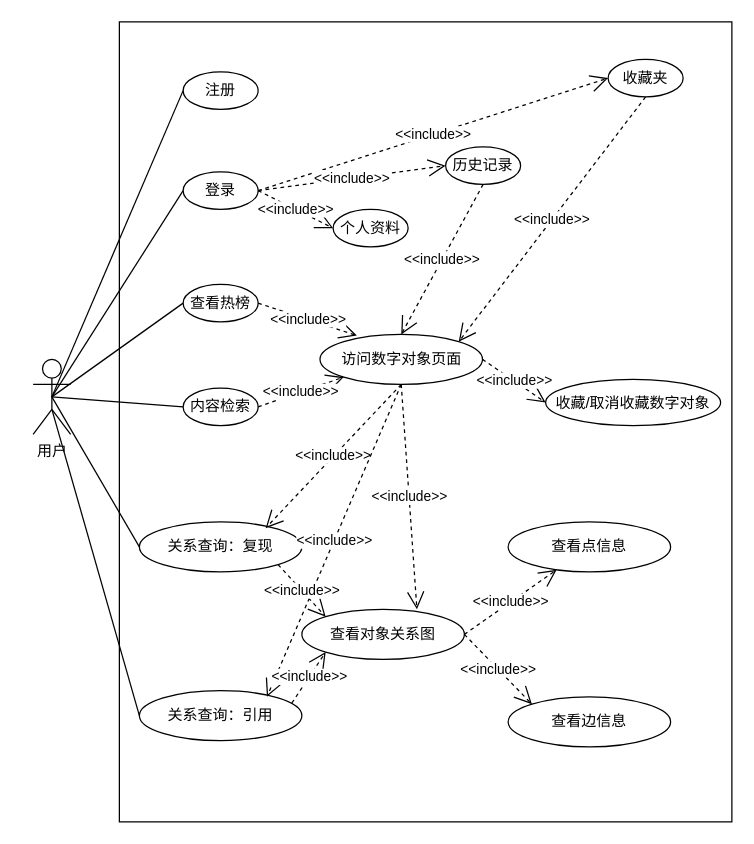
Above: 用况.drawio in ssssszj/Drawio (draw.io), before the change. Source tidied: cells renumbered, new cells numbered last; positions are measured from the earlier drawing's top-left corner, leaving out a move shared by most shapes. Both pictures are drawn from the tidied source at 125%, with x=0, y=0 at pixel (32, 21).
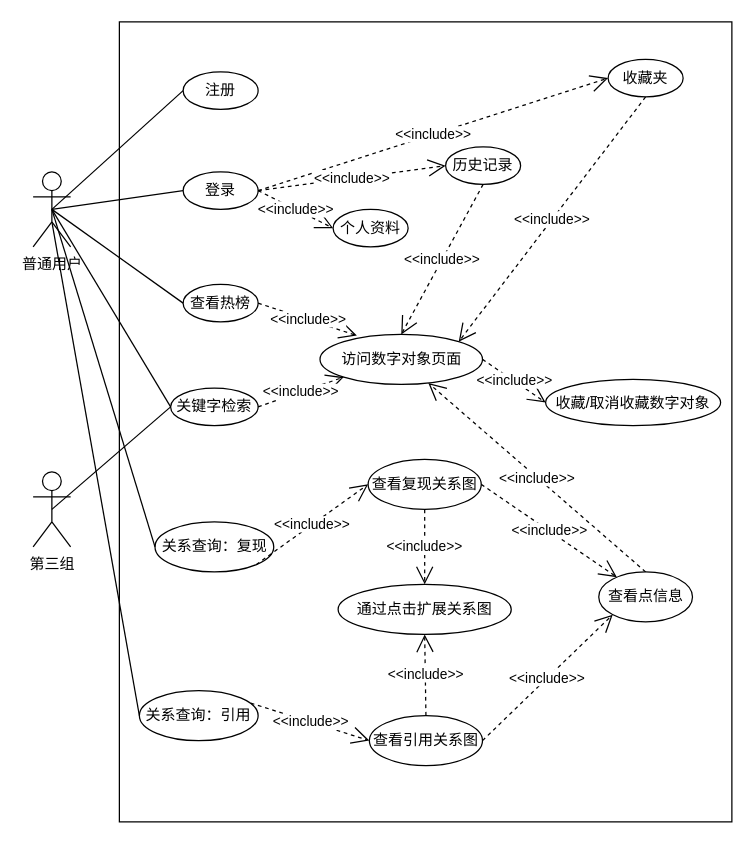
The same diagram, later.

The change refers to these unchanged cells:
```xml
<mxCell id="14" value="访问数字对象页面" style="ellipse;whiteSpace=wrap;html=1;" parent="1" vertex="1">
  <mxGeometry x="229.5" y="250" width="130" height="40" as="geometry" />
</mxCell>
```

The edit, as a diff of the source:
```diff
@@
-    <mxCell id="3" value="用户&lt;br&gt;" style="shape=umlActor;verticalLabelPosition=bottom;verticalAlign=top;html=1;" parent="1" vertex="1">
-      <mxGeometry y="270" width="30" height="60" as="geometry" />
+    <mxCell id="3" value="普通用户" style="shape=umlActor;verticalLabelPosition=bottom;verticalAlign=top;html=1;" parent="1" vertex="1">
+      <mxGeometry y="120" width="30" height="60" as="geometry" />
     </mxCell>
@@
-    <mxCell id="11" value="内容检索" style="ellipse;whiteSpace=wrap;html=1;" parent="1" vertex="1">
-      <mxGeometry x="120" y="293" width="60" height="30" as="geometry" />
+    <mxCell id="11" value="关键字检索" style="ellipse;whiteSpace=wrap;html=1;" parent="1" vertex="1">
+      <mxGeometry x="110" y="293" width="70" height="30" as="geometry" />
     </mxCell>
     <mxCell id="12" value="关系查询：复现" style="ellipse;whiteSpace=wrap;html=1;" parent="1" vertex="1">
-      <mxGeometry x="85" y="400" width="130" height="40" as="geometry" />
+      <mxGeometry x="97.5" y="400" width="95" height="40" as="geometry" />
     </mxCell>
     <mxCell id="13" value="关系查询：引用" style="ellipse;whiteSpace=wrap;html=1;" parent="1" vertex="1">
-      <mxGeometry x="85" y="535" width="130" height="40" as="geometry" />
+      <mxGeometry x="85" y="535" width="95" height="40" as="geometry" />
     </mxCell>
@@
-    <mxCell id="16" value="查看对象关系图" style="ellipse;whiteSpace=wrap;html=1;" parent="1" vertex="1">
-      <mxGeometry x="215" y="470" width="130" height="40" as="geometry" />
+    <mxCell id="16" value="查看复现关系图" style="ellipse;whiteSpace=wrap;html=1;" parent="1" vertex="1">
+      <mxGeometry x="268" y="350" width="90.5" height="40" as="geometry" />
     </mxCell>
     <mxCell id="17" value="查看点信息" style="ellipse;whiteSpace=wrap;html=1;" parent="1" vertex="1">
-      <mxGeometry x="380" y="400" width="130" height="40" as="geometry" />
+      <mxGeometry x="452.5" y="440" width="75" height="40" as="geometry" />
     </mxCell>
-    <mxCell id="18" value="查看边信息" style="ellipse;whiteSpace=wrap;html=1;" parent="1" vertex="1">
-      <mxGeometry x="380" y="540" width="130" height="40" as="geometry" />
-    </mxCell>
@@
-    <mxCell id="31" value="&amp;lt;&amp;lt;include&amp;gt;&amp;gt;" style="endArrow=open;endSize=12;dashed=1;html=1;rounded=0;entryX=0.777;entryY=0.125;entryDx=0;entryDy=0;entryPerimeter=0;exitX=0.5;exitY=1;exitDx=0;exitDy=0;" parent="1" edge="1" source="14" target="12">
-      <mxGeometry relative="1" as="geometry" />
-    </mxCell>
-    <mxCell id="32" value="&amp;lt;&amp;lt;include&amp;gt;&amp;gt;" style="endArrow=open;endSize=12;dashed=1;html=1;rounded=0;exitX=0.5;exitY=1;exitDx=0;exitDy=0;entryX=0.785;entryY=0.125;entryDx=0;entryDy=0;entryPerimeter=0;" parent="1" edge="1" source="14" target="13">
-      <mxGeometry relative="1" as="geometry" />
-    </mxCell>
@@
-    <mxCell id="34" value="&amp;lt;&amp;lt;include&amp;gt;&amp;gt;" style="endArrow=open;endSize=12;dashed=1;html=1;rounded=0;entryX=0.708;entryY=0;entryDx=0;entryDy=0;entryPerimeter=0;exitX=0.5;exitY=1;exitDx=0;exitDy=0;" parent="1" edge="1" source="14" target="16">
-      <mxGeometry relative="1" as="geometry" />
-    </mxCell>
-    <mxCell id="35" value="&amp;lt;&amp;lt;include&amp;gt;&amp;gt;" style="endArrow=open;endSize=12;dashed=1;html=1;rounded=0;exitX=1;exitY=1;exitDx=0;exitDy=0;entryX=0;entryY=0;entryDx=0;entryDy=0;" parent="1" edge="1" source="12" target="16">
+    <mxCell id="35" value="&amp;lt;&amp;lt;include&amp;gt;&amp;gt;" style="endArrow=open;endSize=12;dashed=1;html=1;rounded=0;exitX=1;exitY=1;exitDx=0;exitDy=0;entryX=0;entryY=0.5;entryDx=0;entryDy=0;" parent="1" edge="1" source="12" target="16">
       <mxGeometry relative="1" as="geometry" />
     </mxCell>
-    <mxCell id="36" value="&amp;lt;&amp;lt;include&amp;gt;&amp;gt;" style="endArrow=open;endSize=12;dashed=1;html=1;rounded=0;exitX=0.938;exitY=0.25;exitDx=0;exitDy=0;entryX=0;entryY=1;entryDx=0;entryDy=0;exitPerimeter=0;" parent="1" edge="1" source="13" target="16">
+    <mxCell id="36" value="&amp;lt;&amp;lt;include&amp;gt;&amp;gt;" style="endArrow=open;endSize=12;dashed=1;html=1;rounded=0;exitX=0.938;exitY=0.25;exitDx=0;exitDy=0;entryX=0;entryY=0.5;entryDx=0;entryDy=0;exitPerimeter=0;" parent="1" edge="1" source="13" target="39">
       <mxGeometry relative="1" as="geometry" />
     </mxCell>
-    <mxCell id="37" value="&amp;lt;&amp;lt;include&amp;gt;&amp;gt;" style="endArrow=open;endSize=12;dashed=1;html=1;rounded=0;exitX=1;exitY=0.5;exitDx=0;exitDy=0;entryX=0;entryY=0;entryDx=0;entryDy=0;" parent="1" edge="1" source="16" target="18">
-      <mxGeometry relative="1" as="geometry" />
-    </mxCell>
@@
+    <mxCell id="39" value="查看引用关系图" style="ellipse;whiteSpace=wrap;html=1;" parent="1" vertex="1">
+      <mxGeometry x="269" y="555" width="90.5" height="40" as="geometry" />
+    </mxCell>
+    <mxCell id="40" value="&amp;lt;&amp;lt;include&amp;gt;&amp;gt;" style="endArrow=open;endSize=12;dashed=1;html=1;rounded=0;exitX=1;exitY=0.5;exitDx=0;exitDy=0;entryX=0;entryY=1;entryDx=0;entryDy=0;" parent="1" edge="1" source="39" target="17">
+      <mxGeometry relative="1" as="geometry" />
+    </mxCell>
+    <mxCell id="41" value="通过点击扩展关系图" style="ellipse;whiteSpace=wrap;html=1;" parent="1" vertex="1">
+      <mxGeometry x="244" y="450" width="138.5" height="40" as="geometry" />
+    </mxCell>
+    <mxCell id="42" value="&amp;lt;&amp;lt;include&amp;gt;&amp;gt;" style="endArrow=open;endSize=12;dashed=1;html=1;rounded=0;exitX=0.5;exitY=0;exitDx=0;exitDy=0;entryX=0.5;entryY=1;entryDx=0;entryDy=0;" parent="1" edge="1" source="39" target="41">
+      <mxGeometry relative="1" as="geometry" />
+    </mxCell>
+    <mxCell id="43" value="&amp;lt;&amp;lt;include&amp;gt;&amp;gt;" style="endArrow=open;endSize=12;dashed=1;html=1;rounded=0;exitX=0.5;exitY=1;exitDx=0;exitDy=0;entryX=0.5;entryY=0;entryDx=0;entryDy=0;" parent="1" edge="1" source="16" target="41">
+      <mxGeometry relative="1" as="geometry" />
+    </mxCell>
+    <mxCell id="44" value="&amp;lt;&amp;lt;include&amp;gt;&amp;gt;" style="endArrow=open;endSize=12;dashed=1;html=1;rounded=0;exitX=0.5;exitY=0;exitDx=0;exitDy=0;" parent="1" edge="1" source="17" target="14">
+      <mxGeometry relative="1" as="geometry" />
+    </mxCell>
+    <mxCell id="45" value="第三组" style="shape=umlActor;verticalLabelPosition=bottom;verticalAlign=top;html=1;" parent="1" vertex="1">
+      <mxGeometry y="360" width="30" height="60" as="geometry" />
+    </mxCell>
+    <mxCell id="46" style="endArrow=none;html=1;rounded=0;exitX=0.5;exitY=0.5;exitDx=0;exitDy=0;exitPerimeter=0;entryX=0;entryY=0.5;entryDx=0;entryDy=0;" parent="1" edge="1" source="45" target="11">
+      <mxGeometry relative="1" as="geometry" />
+    </mxCell>
```
